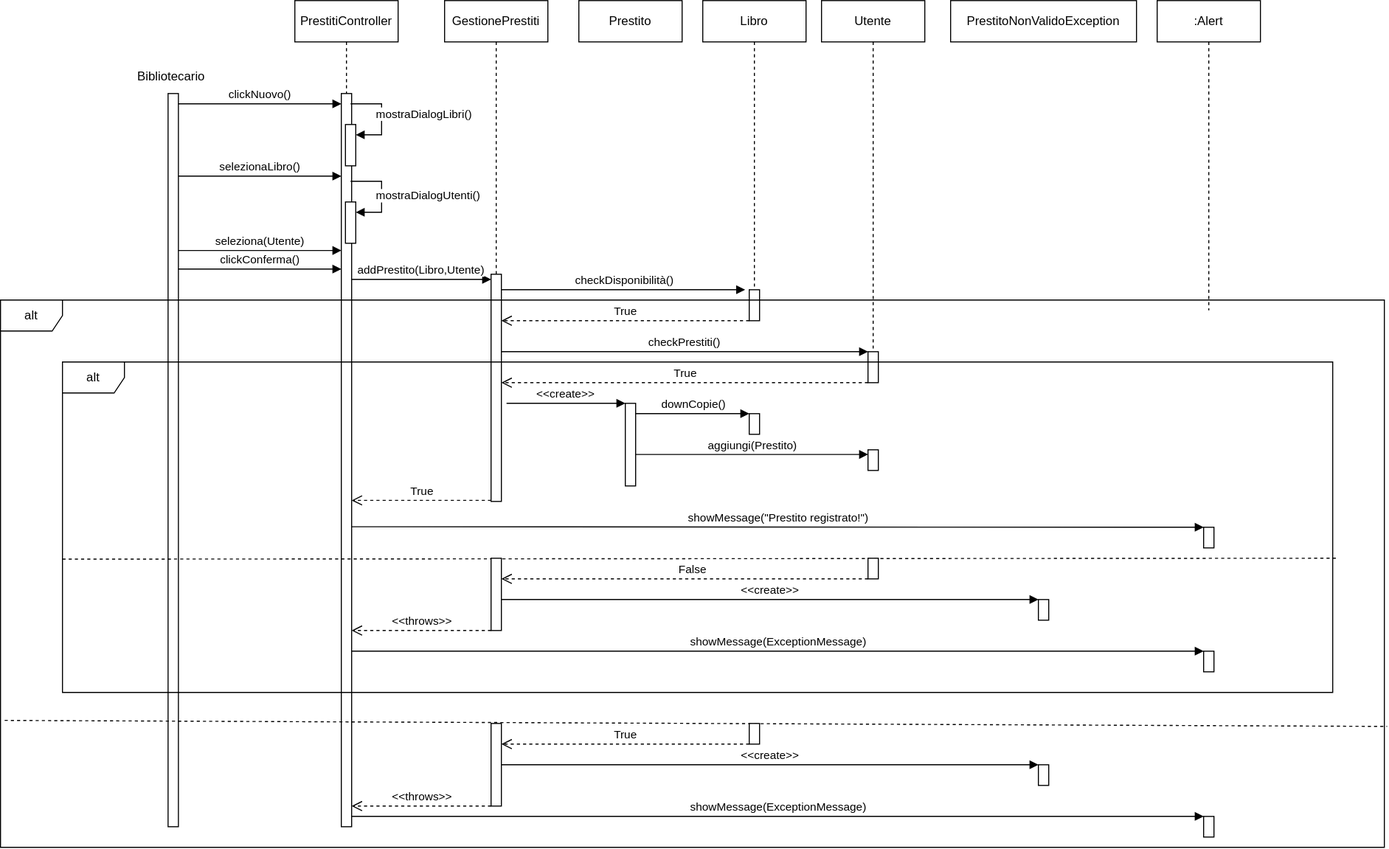
doppiaaa/Progetto-Biblioteca-Ingegneria-del-Software keeps this draw.io diagram as Design/DiagrammaSequenzaPrestito.svg. Above is the earlier version. Source tidied: cells renumbered, new cells last; positions are measured from the earlier drawing's top-left corner, leaving out a move shared by most shapes.
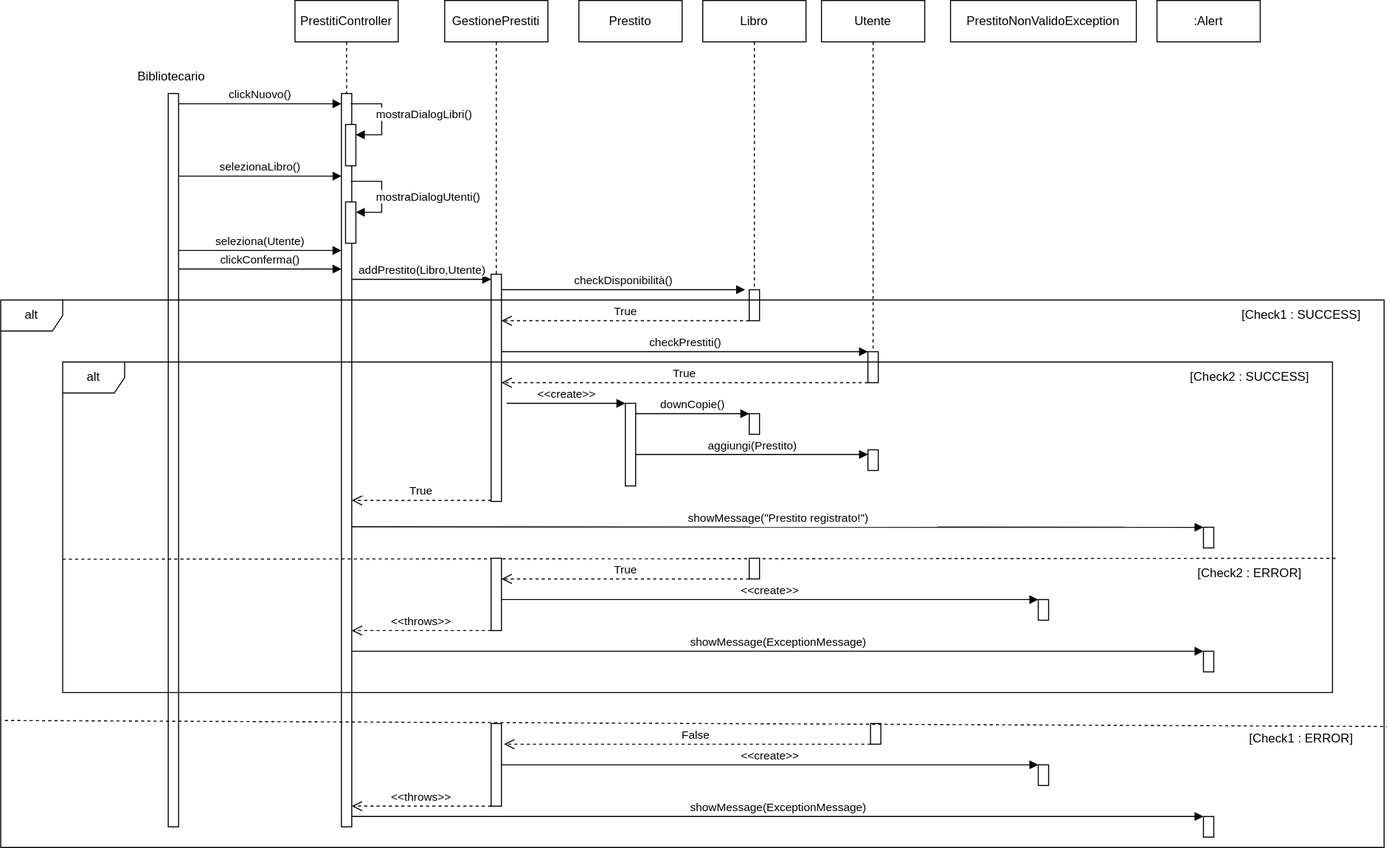
The same diagram one commit later.

Change to the diagram source:
```diff
@@ -134,15 +134,15 @@
       </mxGeometry>
     </mxCell>
     <mxCell id="32" style="html=1;perimeter=orthogonalPerimeter;targetShapes=umlLifeline;newEdgeStyle={&quot;curved&quot;:0,&quot;rounded&quot;:0};" parent="1" vertex="1">
-      <mxGeometry x="840" y="540" width="10" height="20" as="geometry" />
+      <mxGeometry x="842.5" y="700" width="10" height="20" as="geometry" />
     </mxCell>
     <mxCell id="33" style="html=1;points=[[0,0,0,0,5],[0,1,0,0,-5],[1,0,0,0,5],[1,1,0,0,-5]];perimeter=orthogonalPerimeter;outlineConnect=0;targetShapes=umlLifeline;portConstraint=eastwest;newEdgeStyle={&quot;curved&quot;:0,&quot;rounded&quot;:0};" parent="1" vertex="1">
       <mxGeometry x="475" y="540" width="10" height="70" as="geometry" />
     </mxCell>
     <mxCell id="34" value="False" style="html=1;verticalAlign=bottom;endArrow=open;dashed=1;endSize=8;curved=0;rounded=0;" parent="1" edge="1">
       <mxGeometry x="-0.04" relative="1" as="geometry">
-        <mxPoint x="840" y="560" as="sourcePoint" />
-        <mxPoint x="485" y="560" as="targetPoint" />
+        <mxPoint x="842.5" y="720" as="sourcePoint" />
+        <mxPoint x="487.5" y="720" as="targetPoint" />
       </mxGeometry>
     </mxCell>
     <mxCell id="35" style="html=1;points=[[0,0,0,0,5],[0,1,0,0,-5],[1,0,0,0,5],[1,1,0,0,-5]];perimeter=orthogonalPerimeter;outlineConnect=0;targetShapes=umlLifeline;portConstraint=eastwest;newEdgeStyle={&quot;curved&quot;:0,&quot;rounded&quot;:0};" parent="1" vertex="1">
@@ -164,15 +164,15 @@
       <mxGeometry relative="1" as="geometry" />
     </mxCell>
     <mxCell id="40" style="html=1;perimeter=orthogonalPerimeter;targetShapes=umlLifeline;newEdgeStyle={&quot;curved&quot;:0,&quot;rounded&quot;:0};" parent="1" vertex="1">
-      <mxGeometry x="725" y="700" width="10" height="20" as="geometry" />
+      <mxGeometry x="725" y="540" width="10" height="20" as="geometry" />
     </mxCell>
     <mxCell id="41" style="html=1;perimeter=orthogonalPerimeter;targetShapes=umlLifeline;newEdgeStyle={&quot;curved&quot;:0,&quot;rounded&quot;:0};" parent="1" vertex="1">
       <mxGeometry x="475" y="700" width="10" height="80" as="geometry" />
     </mxCell>
     <mxCell id="42" value="True" style="html=1;verticalAlign=bottom;endArrow=open;dashed=1;endSize=8;curved=0;rounded=0;" parent="1" edge="1">
       <mxGeometry relative="1" as="geometry">
-        <mxPoint x="725" y="720" as="sourcePoint" />
-        <mxPoint x="485" y="720" as="targetPoint" />
+        <mxPoint x="725" y="560" as="sourcePoint" />
+        <mxPoint x="485" y="560" as="targetPoint" />
       </mxGeometry>
     </mxCell>
     <mxCell id="43" value="&amp;lt;&amp;lt;create&amp;gt;&amp;gt;" style="html=1;verticalAlign=bottom;endArrow=block;curved=0;rounded=0;" parent="1" edge="1">
@@ -215,7 +215,7 @@
       </mxGeometry>
     </mxCell>
     <mxCell id="50" value=":Alert" style="shape=umlLifeline;perimeter=lifelinePerimeter;whiteSpace=wrap;html=1;newEdgeStyle={&quot;curved&quot;:0,&quot;rounded&quot;:0};" parent="1" vertex="1">
-      <mxGeometry x="1120" width="100" height="300" as="geometry" />
+      <mxGeometry x="1120" width="100" height="40" as="geometry" />
     </mxCell>
     <mxCell id="51" value="showMessage(&quot;Prestito registrato!&quot;)" style="html=1;verticalAlign=bottom;endArrow=block;curved=0;rounded=0;" parent="1" edge="1" target="52">
       <mxGeometry relative="1" as="geometry">
@@ -239,5 +239,17 @@
         <mxPoint x="340" y="790" as="sourcePoint" />
       </mxGeometry>
     </mxCell>
+    <mxCell id="57" value="[Check1 : SUCCESS]" style="text;html=1;whiteSpace=wrap;strokeColor=none;fillColor=none;align=center;verticalAlign=middle;rounded=0;" parent="1" vertex="1">
+      <mxGeometry x="1180" y="290" width="160" height="30" as="geometry" />
+    </mxCell>
+    <mxCell id="58" value="[Check2 : SUCCESS]" style="text;html=1;whiteSpace=wrap;strokeColor=none;fillColor=none;align=center;verticalAlign=middle;rounded=0;" parent="1" vertex="1">
+      <mxGeometry x="1130" y="350" width="160" height="30" as="geometry" />
+    </mxCell>
+    <mxCell id="59" value="[Check1 : ERROR]" style="text;html=1;whiteSpace=wrap;strokeColor=none;fillColor=none;align=center;verticalAlign=middle;rounded=0;" parent="1" vertex="1">
+      <mxGeometry x="1180" y="700" width="160" height="30" as="geometry" />
+    </mxCell>
+    <mxCell id="60" value="[Check2 : ERROR]" style="text;html=1;whiteSpace=wrap;strokeColor=none;fillColor=none;align=center;verticalAlign=middle;rounded=0;" parent="1" vertex="1">
+      <mxGeometry x="1130" y="540" width="160" height="30" as="geometry" />
+    </mxCell>
   </root>
 </mxGraphModel>
```
